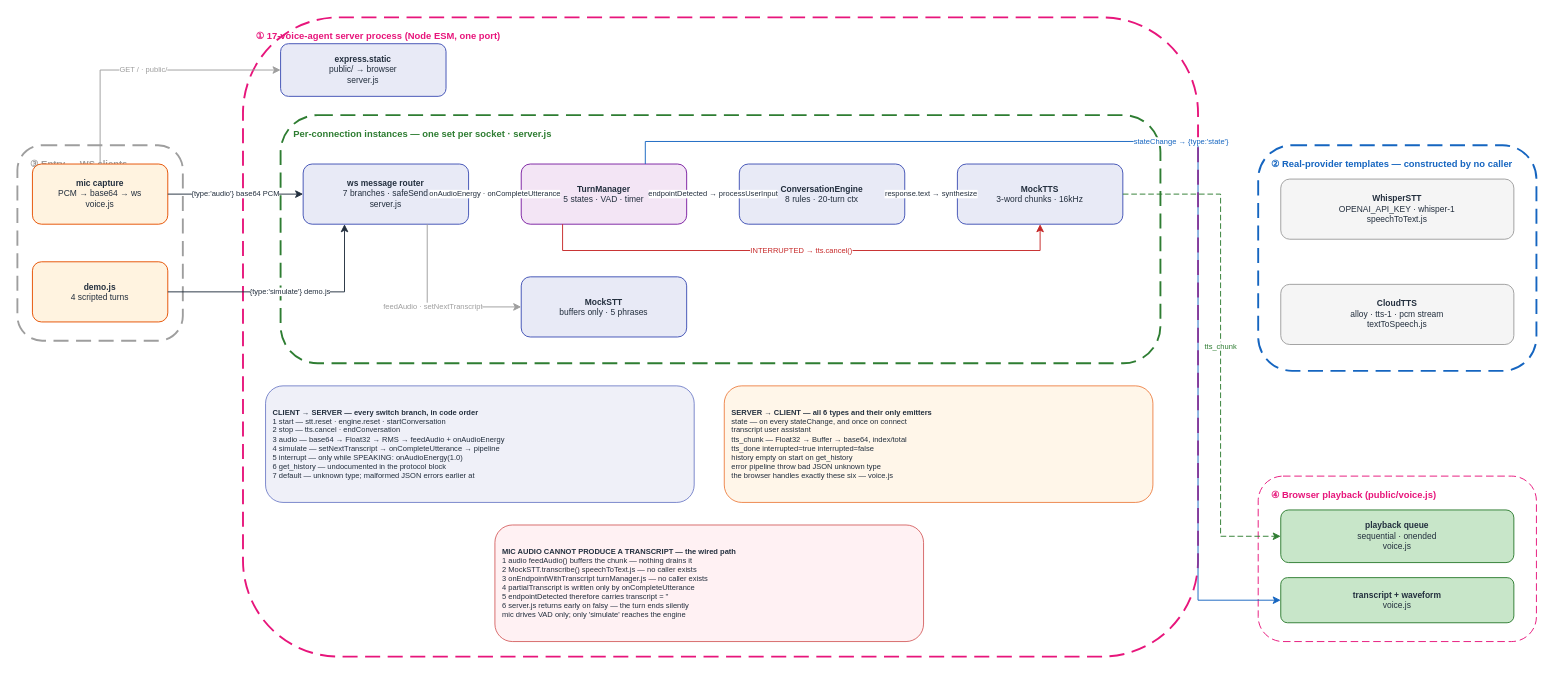
This is docs/diagrams/voice_agent_v1/HOA_VoiceAgent_v1.drawio from gmaheshraju/Hands-on-AgenticAI, a draw.io file, before an edit. Source tidied: cells renumbered, new cells numbered last; positions are measured from the earlier drawing's top-left corner, leaving out a move shared by most shapes. Both pictures are drawn from the tidied source at 94%, with x=0, y=0 at pixel (17, 17).
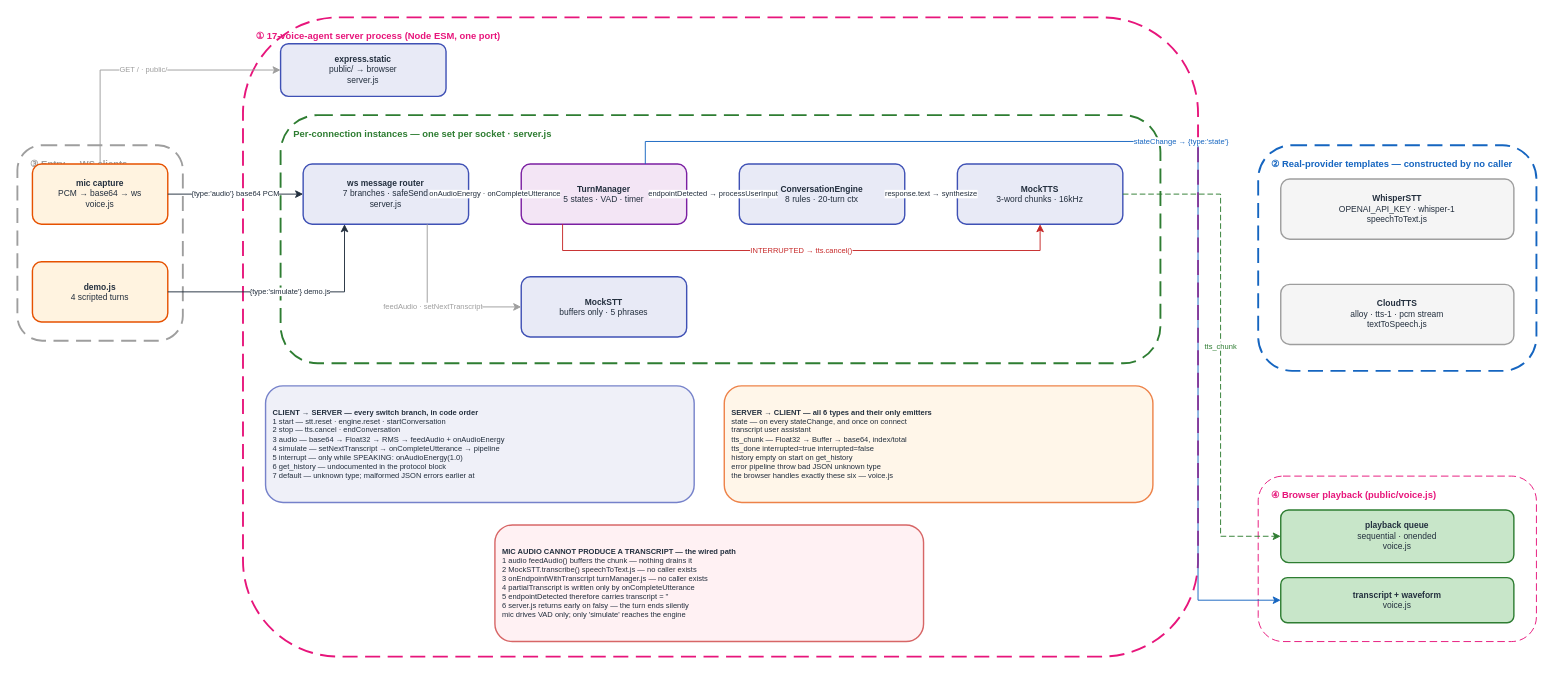
After the change.

What changed in the source:
```diff
@@
-    <mxCell id="12" value="&lt;b&gt;mic capture&lt;/b&gt;&lt;br&gt;PCM → base64 → ws&lt;br&gt;voice.js" style="rounded=1;fillColor=#FFF3E0;strokeColor=#E65100;fontSize=9;fontColor=#232F3E;html=1;whiteSpace=wrap;align=center;" parent="1" vertex="1">
+    <mxCell id="12" value="&lt;b&gt;mic capture&lt;/b&gt;&lt;br&gt;PCM → base64 → ws&lt;br&gt;voice.js" style="rounded=1;fillColor=#FFF3E0;strokeColor=#E65100;strokeWidth=1.5;fontSize=9;fontColor=#232F3E;html=1;whiteSpace=wrap;align=center;" parent="1" vertex="1">
       <mxGeometry x="16" y="156" width="144" height="64" as="geometry" />
     </mxCell>
-    <mxCell id="13" value="&lt;b&gt;demo.js&lt;/b&gt;&lt;br&gt;4 scripted turns&lt;br&gt;" style="rounded=1;fillColor=#FFF3E0;strokeColor=#E65100;fontSize=9;fontColor=#232F3E;html=1;whiteSpace=wrap;align=center;" parent="1" vertex="1">
+    <mxCell id="13" value="&lt;b&gt;demo.js&lt;/b&gt;&lt;br&gt;4 scripted turns&lt;br&gt;" style="rounded=1;fillColor=#FFF3E0;strokeColor=#E65100;strokeWidth=1.5;fontSize=9;fontColor=#232F3E;html=1;whiteSpace=wrap;align=center;" parent="1" vertex="1">
       <mxGeometry x="16" y="260" width="144" height="64" as="geometry" />
     </mxCell>
-    <mxCell id="14" value="&lt;b&gt;express.static&lt;/b&gt;&lt;br&gt;public/ → browser&lt;br&gt;server.js" style="rounded=1;fillColor=#E8EAF6;strokeColor=#3F51B5;fontSize=9;fontColor=#232F3E;html=1;whiteSpace=wrap;align=center;" parent="1" vertex="1">
+    <mxCell id="14" value="&lt;b&gt;express.static&lt;/b&gt;&lt;br&gt;public/ → browser&lt;br&gt;server.js" style="rounded=1;fillColor=#E8EAF6;strokeColor=#3F51B5;strokeWidth=1.5;fontSize=9;fontColor=#232F3E;html=1;whiteSpace=wrap;align=center;" parent="1" vertex="1">
       <mxGeometry x="280" y="28" width="176" height="56" as="geometry" />
     </mxCell>
-    <mxCell id="15" value="&lt;b&gt;ws message router&lt;/b&gt;&lt;br&gt;7 branches · safeSend&lt;br&gt;server.js" style="rounded=1;fillColor=#E8EAF6;strokeColor=#3F51B5;fontSize=9;fontColor=#232F3E;html=1;whiteSpace=wrap;align=center;" parent="1" vertex="1">
+    <mxCell id="15" value="&lt;b&gt;ws message router&lt;/b&gt;&lt;br&gt;7 branches · safeSend&lt;br&gt;server.js" style="rounded=1;fillColor=#E8EAF6;strokeColor=#3F51B5;strokeWidth=1.5;fontSize=9;fontColor=#232F3E;html=1;whiteSpace=wrap;align=center;" parent="1" vertex="1">
       <mxGeometry x="304" y="156" width="176" height="64" as="geometry" />
     </mxCell>
-    <mxCell id="16" value="&lt;b&gt;TurnManager&lt;/b&gt;&lt;br&gt;5 states · VAD · timer&lt;br&gt;" style="rounded=1;fillColor=#F3E5F5;strokeColor=#7B1FA2;fontSize=9;fontColor=#232F3E;html=1;whiteSpace=wrap;align=center;" parent="1" vertex="1">
+    <mxCell id="16" value="&lt;b&gt;TurnManager&lt;/b&gt;&lt;br&gt;5 states · VAD · timer&lt;br&gt;" style="rounded=1;fillColor=#F3E5F5;strokeColor=#7B1FA2;strokeWidth=1.5;fontSize=9;fontColor=#232F3E;html=1;whiteSpace=wrap;align=center;" parent="1" vertex="1">
       <mxGeometry x="536" y="156" width="176" height="64" as="geometry" />
     </mxCell>
-    <mxCell id="17" value="&lt;b&gt;ConversationEngine&lt;/b&gt;&lt;br&gt;8 rules · 20-turn ctx&lt;br&gt;" style="rounded=1;fillColor=#E8EAF6;strokeColor=#3F51B5;fontSize=9;fontColor=#232F3E;html=1;whiteSpace=wrap;align=center;" parent="1" vertex="1">
+    <mxCell id="17" value="&lt;b&gt;ConversationEngine&lt;/b&gt;&lt;br&gt;8 rules · 20-turn ctx&lt;br&gt;" style="rounded=1;fillColor=#E8EAF6;strokeColor=#3F51B5;strokeWidth=1.5;fontSize=9;fontColor=#232F3E;html=1;whiteSpace=wrap;align=center;" parent="1" vertex="1">
       <mxGeometry x="768" y="156" width="176" height="64" as="geometry" />
     </mxCell>
-    <mxCell id="18" value="&lt;b&gt;MockTTS&lt;/b&gt;&lt;br&gt;3-word chunks · 16kHz&lt;br&gt;" style="rounded=1;fillColor=#E8EAF6;strokeColor=#3F51B5;fontSize=9;fontColor=#232F3E;html=1;whiteSpace=wrap;align=center;" parent="1" vertex="1">
+    <mxCell id="18" value="&lt;b&gt;MockTTS&lt;/b&gt;&lt;br&gt;3-word chunks · 16kHz&lt;br&gt;" style="rounded=1;fillColor=#E8EAF6;strokeColor=#3F51B5;strokeWidth=1.5;fontSize=9;fontColor=#232F3E;html=1;whiteSpace=wrap;align=center;" parent="1" vertex="1">
       <mxGeometry x="1000" y="156" width="176" height="64" as="geometry" />
     </mxCell>
-    <mxCell id="19" value="&lt;b&gt;MockSTT&lt;/b&gt;&lt;br&gt;buffers only · 5 phrases&lt;br&gt;" style="rounded=1;fillColor=#E8EAF6;strokeColor=#3F51B5;fontSize=9;fontColor=#232F3E;html=1;whiteSpace=wrap;align=center;" parent="1" vertex="1">
+    <mxCell id="19" value="&lt;b&gt;MockSTT&lt;/b&gt;&lt;br&gt;buffers only · 5 phrases&lt;br&gt;" style="rounded=1;fillColor=#E8EAF6;strokeColor=#3F51B5;strokeWidth=1.5;fontSize=9;fontColor=#232F3E;html=1;whiteSpace=wrap;align=center;" parent="1" vertex="1">
       <mxGeometry x="536" y="276" width="176" height="64" as="geometry" />
     </mxCell>
-    <mxCell id="20" value="&lt;b&gt;WhisperSTT&lt;/b&gt;&lt;br&gt;OPENAI_API_KEY · whisper-1&lt;br&gt;speechToText.js" style="rounded=1;fillColor=#F5F5F5;strokeColor=#9E9E9E;fontSize=9;fontColor=#232F3E;html=1;whiteSpace=wrap;align=center;" parent="1" vertex="1">
+    <mxCell id="20" value="&lt;b&gt;WhisperSTT&lt;/b&gt;&lt;br&gt;OPENAI_API_KEY · whisper-1&lt;br&gt;speechToText.js" style="rounded=1;fillColor=#F5F5F5;strokeColor=#9E9E9E;strokeWidth=1.5;fontSize=9;fontColor=#232F3E;html=1;whiteSpace=wrap;align=center;" parent="1" vertex="1">
       <mxGeometry x="1344" y="172" width="248" height="64" as="geometry" />
     </mxCell>
-    <mxCell id="21" value="&lt;b&gt;CloudTTS&lt;/b&gt;&lt;br&gt;alloy · tts-1 · pcm stream&lt;br&gt;textToSpeech.js" style="rounded=1;fillColor=#F5F5F5;strokeColor=#9E9E9E;fontSize=9;fontColor=#232F3E;html=1;whiteSpace=wrap;align=center;" parent="1" vertex="1">
+    <mxCell id="21" value="&lt;b&gt;CloudTTS&lt;/b&gt;&lt;br&gt;alloy · tts-1 · pcm stream&lt;br&gt;textToSpeech.js" style="rounded=1;fillColor=#F5F5F5;strokeColor=#9E9E9E;strokeWidth=1.5;fontSize=9;fontColor=#232F3E;html=1;whiteSpace=wrap;align=center;" parent="1" vertex="1">
       <mxGeometry x="1344" y="284" width="248" height="64" as="geometry" />
     </mxCell>
-    <mxCell id="22" value="&lt;b&gt;playback queue&lt;/b&gt;&lt;br&gt;sequential · onended&lt;br&gt;voice.js" style="rounded=1;fillColor=#C8E6C9;strokeColor=#2E7D32;fontSize=9;fontColor=#232F3E;html=1;whiteSpace=wrap;align=center;" parent="1" vertex="1">
+    <mxCell id="22" value="&lt;b&gt;playback queue&lt;/b&gt;&lt;br&gt;sequential · onended&lt;br&gt;voice.js" style="rounded=1;fillColor=#C8E6C9;strokeColor=#2E7D32;strokeWidth=1.5;fontSize=9;fontColor=#232F3E;html=1;whiteSpace=wrap;align=center;" parent="1" vertex="1">
       <mxGeometry x="1344" y="524" width="248" height="56" as="geometry" />
     </mxCell>
-    <mxCell id="23" value="&lt;b&gt;transcript + waveform&lt;/b&gt;&lt;br&gt;voice.js" style="rounded=1;fillColor=#C8E6C9;strokeColor=#2E7D32;fontSize=9;fontColor=#232F3E;html=1;whiteSpace=wrap;align=center;" parent="1" vertex="1">
+    <mxCell id="23" value="&lt;b&gt;transcript + waveform&lt;/b&gt;&lt;br&gt;voice.js" style="rounded=1;fillColor=#C8E6C9;strokeColor=#2E7D32;strokeWidth=1.5;fontSize=9;fontColor=#232F3E;html=1;whiteSpace=wrap;align=center;" parent="1" vertex="1">
       <mxGeometry x="1344" y="596" width="248" height="48" as="geometry" />
     </mxCell>
-    <mxCell id="24" value="&lt;b&gt;CLIENT → SERVER — every switch branch, in code order&lt;/b&gt;&lt;br&gt;1 start — stt.reset · engine.reset · startConversation&lt;br&gt;2 stop — tts.cancel · endConversation&lt;br&gt;3 audio — base64 → Float32 → RMS → feedAudio + onAudioEnergy&lt;br&gt;4 simulate — setNextTranscript → onCompleteUtterance → pipeline&lt;br&gt;5 interrupt — only while SPEAKING: onAudioEnergy(1.0)&lt;br&gt;6 get_history — undocumented in the protocol block&lt;br&gt;7 default — unknown type; malformed JSON errors earlier at" style="rounded=1;fillColor=#E8EAF6;strokeColor=#3F51B5;fontSize=8;fontColor=#232F3E;html=1;whiteSpace=wrap;align=left;spacingLeft=6;opacity=70;" parent="1" vertex="1">
+    <mxCell id="24" value="&lt;b&gt;CLIENT → SERVER — every switch branch, in code order&lt;/b&gt;&lt;br&gt;1 start — stt.reset · engine.reset · startConversation&lt;br&gt;2 stop — tts.cancel · endConversation&lt;br&gt;3 audio — base64 → Float32 → RMS → feedAudio + onAudioEnergy&lt;br&gt;4 simulate — setNextTranscript → onCompleteUtterance → pipeline&lt;br&gt;5 interrupt — only while SPEAKING: onAudioEnergy(1.0)&lt;br&gt;6 get_history — undocumented in the protocol block&lt;br&gt;7 default — unknown type; malformed JSON errors earlier at" style="rounded=1;fillColor=#E8EAF6;strokeColor=#3F51B5;strokeWidth=1.5;fontSize=8;fontColor=#232F3E;html=1;whiteSpace=wrap;align=left;spacingLeft=6;opacity=70;" parent="1" vertex="1">
       <mxGeometry x="264" y="392" width="456" height="124" as="geometry" />
     </mxCell>
-    <mxCell id="25" value="&lt;b&gt;SERVER → CLIENT — all 6 types and their only emitters&lt;/b&gt;&lt;br&gt;state — on every stateChange, and once on connect&lt;br&gt;transcript user assistant&lt;br&gt;tts_chunk — Float32 → Buffer → base64, index/total&lt;br&gt;tts_done interrupted=true interrupted=false&lt;br&gt;history empty on start on get_history&lt;br&gt;error pipeline throw bad JSON unknown type&lt;br&gt;the browser handles exactly these six — voice.js" style="rounded=1;fillColor=#FFF3E0;strokeColor=#E65100;fontSize=8;fontColor=#232F3E;html=1;whiteSpace=wrap;align=left;spacingLeft=6;opacity=70;" parent="1" vertex="1">
+    <mxCell id="25" value="&lt;b&gt;SERVER → CLIENT — all 6 types and their only emitters&lt;/b&gt;&lt;br&gt;state — on every stateChange, and once on connect&lt;br&gt;transcript user assistant&lt;br&gt;tts_chunk — Float32 → Buffer → base64, index/total&lt;br&gt;tts_done interrupted=true interrupted=false&lt;br&gt;history empty on start on get_history&lt;br&gt;error pipeline throw bad JSON unknown type&lt;br&gt;the browser handles exactly these six — voice.js" style="rounded=1;fillColor=#FFF3E0;strokeColor=#E65100;strokeWidth=1.5;fontSize=8;fontColor=#232F3E;html=1;whiteSpace=wrap;align=left;spacingLeft=6;opacity=70;" parent="1" vertex="1">
       <mxGeometry x="752" y="392" width="456" height="124" as="geometry" />
     </mxCell>
-    <mxCell id="26" value="&lt;b&gt;MIC AUDIO CANNOT PRODUCE A TRANSCRIPT — the wired path&lt;/b&gt;&lt;br&gt;1 audio feedAudio() buffers the chunk — nothing drains it&lt;br&gt;2 MockSTT.transcribe() speechToText.js — no caller exists&lt;br&gt;3 onEndpointWithTranscript turnManager.js — no caller exists&lt;br&gt;4 partialTranscript is written only by onCompleteUtterance&lt;br&gt;5 endpointDetected therefore carries transcript = ''&lt;br&gt;6 server.js returns early on falsy — the turn ends silently&lt;br&gt;mic drives VAD only; only 'simulate' reaches the engine" style="rounded=1;fillColor=#FFEBEE;strokeColor=#C62828;fontSize=8;fontColor=#232F3E;html=1;whiteSpace=wrap;align=left;spacingLeft=6;opacity=70;" parent="1" vertex="1">
+    <mxCell id="26" value="&lt;b&gt;MIC AUDIO CANNOT PRODUCE A TRANSCRIPT — the wired path&lt;/b&gt;&lt;br&gt;1 audio feedAudio() buffers the chunk — nothing drains it&lt;br&gt;2 MockSTT.transcribe() speechToText.js — no caller exists&lt;br&gt;3 onEndpointWithTranscript turnManager.js — no caller exists&lt;br&gt;4 partialTranscript is written only by onCompleteUtterance&lt;br&gt;5 endpointDetected therefore carries transcript = ''&lt;br&gt;6 server.js returns early on falsy — the turn ends silently&lt;br&gt;mic drives VAD only; only 'simulate' reaches the engine" style="rounded=1;fillColor=#FFEBEE;strokeColor=#C62828;strokeWidth=1.5;fontSize=8;fontColor=#232F3E;html=1;whiteSpace=wrap;align=left;spacingLeft=6;opacity=70;" parent="1" vertex="1">
       <mxGeometry x="508" y="540" width="456" height="124" as="geometry" />
     </mxCell>
```
